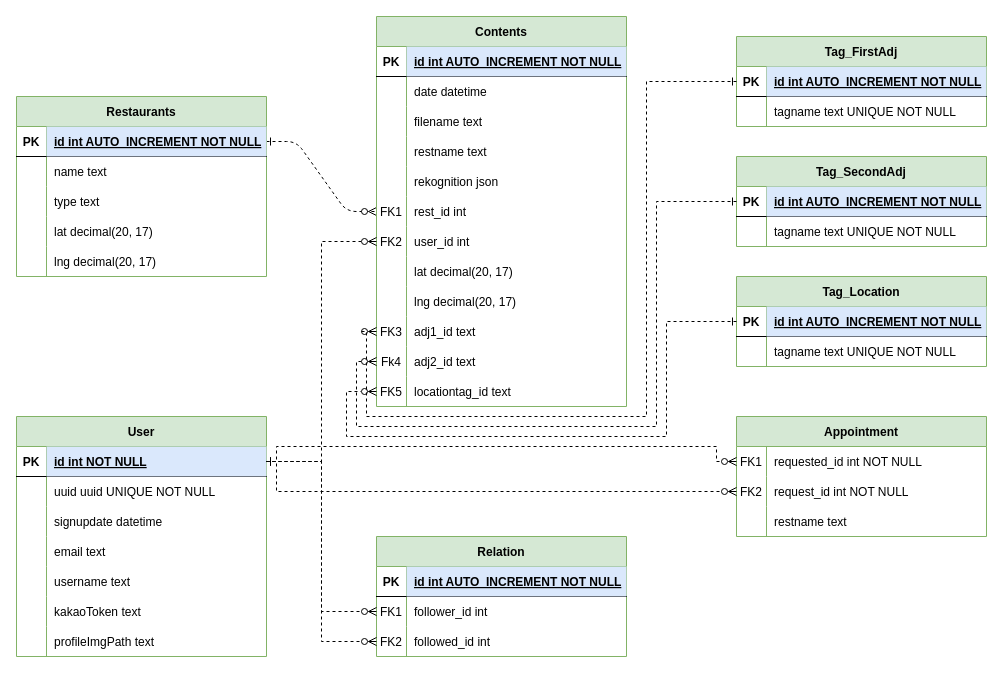
Before: Entity Relation Diagram.drawio in flavor-us/backend, a draw.io diagram. Source tidied: cells renumbered, new cells numbered last; positions are measured from the earlier drawing's top-left corner, leaving out a move shared by most shapes. Both pictures are drawn from the tidied source at 100%, with x=0, y=0 at pixel (16, 16).
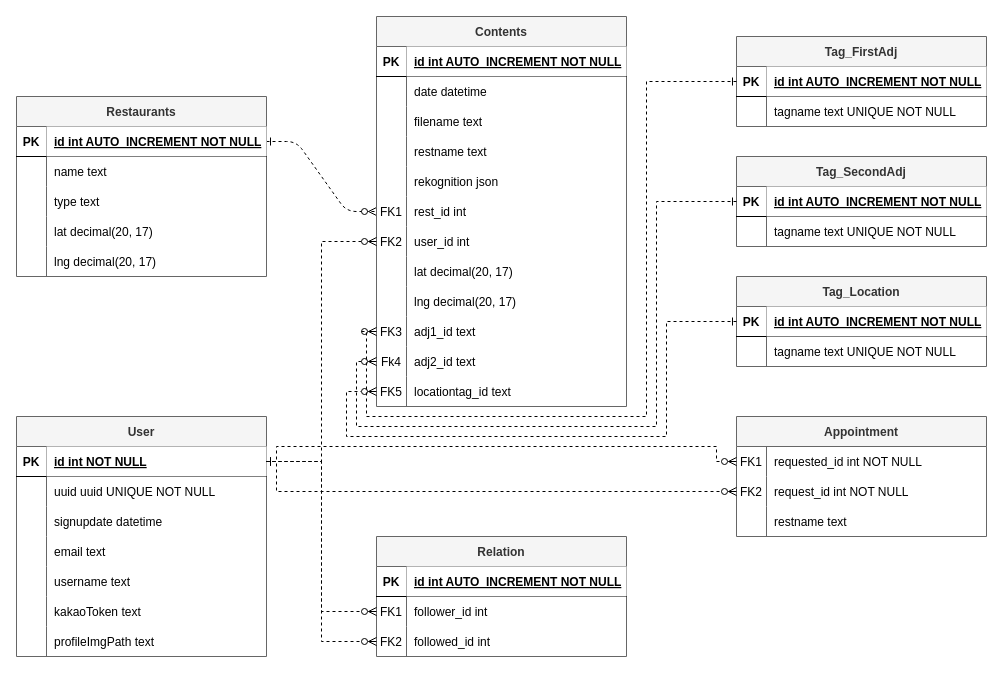
The same diagram, later.

Commit message:
Change Color Relation Diagram.drawio

The change refers to these unchanged cells:
```xml
<mxCell id="4" style="shape=partialRectangle;fillColor=none;points=[[0,0.5],[1,0.5]];portConstraint=eastwest;top=0;left=0;right=0;bottom=1;" parent="3" vertex="1">
  <mxGeometry y="30" width="250" height="30" as="geometry" />
</mxCell>
<mxCell id="20" style="shape=partialRectangle;fillColor=none;points=[[0,0.5],[1,0.5]];portConstraint=eastwest;top=0;left=0;right=0;bottom=1;" parent="19" vertex="1">
  <mxGeometry y="30" width="250" height="30" as="geometry" />
</mxCell>
<mxCell id="27" style="shape=partialRectangle;fillColor=none;top=0;left=0;right=0;bottom=1;" parent="26" vertex="1">
  <mxGeometry y="30" width="250" height="30" as="geometry" />
</mxCell>
<mxCell id="64" style="shape=partialRectangle;fillColor=none;top=0;left=0;bottom=1;right=0;points=[[0,0.5],[1,0.5]];portConstraint=eastwest;" parent="63" vertex="1">
  <mxGeometry y="30" width="250" height="30" as="geometry" />
</mxCell>
<mxCell id="86" style="shape=partialRectangle;fillColor=none;top=0;left=0;bottom=1;right=0;" parent="85" vertex="1">
  <mxGeometry y="30" width="250" height="30" as="geometry" />
</mxCell>
<mxCell id="111" style="shape=partialRectangle;fillColor=none;points=[[0,0.5],[1,0.5]];portConstraint=eastwest;top=0;left=0;right=0;bottom=1;" parent="110" vertex="1">
  <mxGeometry y="30" width="250" height="30" as="geometry" />
</mxCell>
<mxCell id="118" style="shape=partialRectangle;fillColor=none;points=[[0,0.5],[1,0.5]];portConstraint=eastwest;top=0;left=0;right=0;bottom=1;" parent="117" vertex="1">
  <mxGeometry y="30" width="250" height="30" as="geometry" />
</mxCell>
```

The edit, as a diff of the source:
```diff
@@
-    <mxCell id="3" value="Restaurants" style="shape=table;startSize=30;childLayout=tableLayout;rowLines=0;fontStyle=1;align=center;labelBackgroundColor=none;fillColor=#d5e8d4;strokeColor=#82b366;" parent="1" vertex="1">
+    <mxCell id="3" value="Restaurants" style="shape=table;startSize=30;childLayout=tableLayout;rowLines=0;fontStyle=1;align=center;labelBackgroundColor=none;fillColor=#f5f5f5;strokeColor=#666666;fontColor=#333333;" parent="1" vertex="1">
       <mxGeometry y="80" width="250" height="180" as="geometry" />
     </mxCell>
@@
-    <mxCell id="6" value="id int AUTO_INCREMENT NOT NULL" style="shape=partialRectangle;overflow=hidden;fillColor=#dae8fc;top=0;left=0;bottom=0;right=0;align=left;spacingLeft=6;fontStyle=5;labelBackgroundColor=none;strokeColor=#6c8ebf;" parent="4" vertex="1">
+    <mxCell id="6" value="id int AUTO_INCREMENT NOT NULL" style="shape=partialRectangle;overflow=hidden;top=0;left=0;bottom=0;right=0;align=left;spacingLeft=6;fontStyle=5;labelBackgroundColor=none;" parent="4" vertex="1">
       <mxGeometry x="30" width="220" height="30" as="geometry" />
     </mxCell>
@@
-    <mxCell id="19" value="Tag_FirstAdj" style="shape=table;startSize=30;childLayout=tableLayout;rowLines=0;fontStyle=1;align=center;fillColor=#d5e8d4;strokeColor=#82b366;" parent="1" vertex="1">
+    <mxCell id="19" value="Tag_FirstAdj" style="shape=table;startSize=30;childLayout=tableLayout;rowLines=0;fontStyle=1;align=center;fillColor=#f5f5f5;strokeColor=#666666;fontColor=#333333;" parent="1" vertex="1">
       <mxGeometry x="720" y="20" width="250" height="90" as="geometry" />
     </mxCell>
@@
-    <mxCell id="22" value="id int AUTO_INCREMENT NOT NULL" style="shape=partialRectangle;overflow=hidden;fillColor=#dae8fc;top=0;left=0;bottom=0;right=0;align=left;spacingLeft=6;fontStyle=5;strokeColor=#6c8ebf;" parent="20" vertex="1">
+    <mxCell id="22" value="id int AUTO_INCREMENT NOT NULL" style="shape=partialRectangle;overflow=hidden;top=0;left=0;bottom=0;right=0;align=left;spacingLeft=6;fontStyle=5;" parent="20" vertex="1">
       <mxGeometry x="30" width="220" height="30" as="geometry" />
     </mxCell>
@@
-    <mxCell id="26" value="Contents" style="shape=table;startSize=30;childLayout=tableLayout;rowLines=0;fontStyle=1;align=center;fillColor=#d5e8d4;strokeColor=#82b366;" parent="1" vertex="1">
+    <mxCell id="26" value="Contents" style="shape=table;startSize=30;childLayout=tableLayout;rowLines=0;fontStyle=1;align=center;fillColor=#f5f5f5;strokeColor=#666666;fontColor=#333333;" parent="1" vertex="1">
       <mxGeometry x="360" width="250" height="390" as="geometry" />
     </mxCell>
@@
-    <mxCell id="29" value="id int AUTO_INCREMENT NOT NULL " style="shape=partialRectangle;overflow=hidden;fillColor=#dae8fc;top=0;left=0;bottom=0;right=0;align=left;spacingLeft=6;fontStyle=5;strokeColor=#6c8ebf;" parent="27" vertex="1">
+    <mxCell id="29" value="id int AUTO_INCREMENT NOT NULL " style="shape=partialRectangle;overflow=hidden;top=0;left=0;bottom=0;right=0;align=left;spacingLeft=6;fontStyle=5;" parent="27" vertex="1">
       <mxGeometry x="30" width="220" height="30" as="geometry" />
     </mxCell>
@@
-    <mxCell id="63" value="User" style="shape=table;startSize=30;childLayout=tableLayout;rowLines=0;fontStyle=1;align=center;fillColor=#d5e8d4;strokeColor=#82b366;" parent="1" vertex="1">
+    <mxCell id="63" value="User" style="shape=table;startSize=30;childLayout=tableLayout;rowLines=0;fontStyle=1;align=center;fillColor=#f5f5f5;strokeColor=#666666;fontColor=#333333;" parent="1" vertex="1">
       <mxGeometry y="400" width="250" height="240" as="geometry" />
     </mxCell>
@@
-    <mxCell id="66" value="id int NOT NULL" style="shape=partialRectangle;fillColor=#dae8fc;top=0;left=0;bottom=0;right=0;align=left;spacingLeft=6;fontStyle=5;overflow=hidden;strokeColor=#6c8ebf;" parent="64" vertex="1">
+    <mxCell id="66" value="id int NOT NULL" style="shape=partialRectangle;top=0;left=0;bottom=0;right=0;align=left;spacingLeft=6;fontStyle=5;overflow=hidden;" parent="64" vertex="1">
       <mxGeometry x="30" width="220" height="30" as="geometry" />
     </mxCell>
@@
-    <mxCell id="85" value="Relation" style="shape=table;startSize=30;childLayout=tableLayout;rowLines=0;fontStyle=1;align=center;fillColor=#d5e8d4;strokeColor=#82b366;" parent="1" vertex="1">
+    <mxCell id="85" value="Relation" style="shape=table;startSize=30;childLayout=tableLayout;rowLines=0;fontStyle=1;align=center;fillColor=#f5f5f5;strokeColor=#666666;fontColor=#333333;" parent="1" vertex="1">
       <mxGeometry x="360" y="520" width="250" height="120" as="geometry" />
     </mxCell>
@@
-    <mxCell id="88" value="id int AUTO_INCREMENT NOT NULL" style="shape=partialRectangle;fillColor=#dae8fc;top=0;left=0;bottom=0;right=0;align=left;spacingLeft=6;fontStyle=5;overflow=hidden;strokeColor=#6c8ebf;" parent="86" vertex="1">
+    <mxCell id="88" value="id int AUTO_INCREMENT NOT NULL" style="shape=partialRectangle;top=0;left=0;bottom=0;right=0;align=left;spacingLeft=6;fontStyle=5;overflow=hidden;" parent="86" vertex="1">
       <mxGeometry x="30" width="220" height="30" as="geometry" />
     </mxCell>
@@
-    <mxCell id="98" value="Appointment" style="shape=table;startSize=30;childLayout=tableLayout;rowLines=0;fontStyle=1;align=center;fillColor=#d5e8d4;strokeColor=#82b366;" parent="1" vertex="1">
+    <mxCell id="98" value="Appointment" style="shape=table;startSize=30;childLayout=tableLayout;rowLines=0;fontStyle=1;align=center;fillColor=#f5f5f5;strokeColor=#666666;fontColor=#333333;" parent="1" vertex="1">
       <mxGeometry x="720" y="400" width="250" height="120" as="geometry" />
     </mxCell>
@@
-    <mxCell id="110" value="Tag_SecondAdj" style="shape=table;startSize=30;childLayout=tableLayout;rowLines=0;fontStyle=1;align=center;fillColor=#d5e8d4;strokeColor=#82b366;" parent="1" vertex="1">
+    <mxCell id="110" value="Tag_SecondAdj" style="shape=table;startSize=30;childLayout=tableLayout;rowLines=0;fontStyle=1;align=center;fillColor=#f5f5f5;strokeColor=#666666;fontColor=#333333;" parent="1" vertex="1">
       <mxGeometry x="720" y="140" width="250" height="90" as="geometry" />
     </mxCell>
@@
-    <mxCell id="113" value="id int AUTO_INCREMENT NOT NULL" style="shape=partialRectangle;overflow=hidden;fillColor=#dae8fc;top=0;left=0;bottom=0;right=0;align=left;spacingLeft=6;fontStyle=5;strokeColor=#6c8ebf;" parent="111" vertex="1">
+    <mxCell id="113" value="id int AUTO_INCREMENT NOT NULL" style="shape=partialRectangle;overflow=hidden;top=0;left=0;bottom=0;right=0;align=left;spacingLeft=6;fontStyle=5;" parent="111" vertex="1">
       <mxGeometry x="30" width="220" height="30" as="geometry" />
     </mxCell>
@@
-    <mxCell id="117" value="Tag_Location" style="shape=table;startSize=30;childLayout=tableLayout;rowLines=0;fontStyle=1;align=center;fillColor=#d5e8d4;strokeColor=#82b366;" parent="1" vertex="1">
+    <mxCell id="117" value="Tag_Location" style="shape=table;startSize=30;childLayout=tableLayout;rowLines=0;fontStyle=1;align=center;fillColor=#f5f5f5;strokeColor=#666666;fontColor=#333333;" parent="1" vertex="1">
       <mxGeometry x="720" y="260" width="250" height="90" as="geometry" />
     </mxCell>
@@
-    <mxCell id="120" value="id int AUTO_INCREMENT NOT NULL" style="shape=partialRectangle;overflow=hidden;fillColor=#dae8fc;top=0;left=0;bottom=0;right=0;align=left;spacingLeft=6;fontStyle=5;strokeColor=#6c8ebf;" parent="118" vertex="1">
+    <mxCell id="120" value="id int AUTO_INCREMENT NOT NULL" style="shape=partialRectangle;overflow=hidden;top=0;left=0;bottom=0;right=0;align=left;spacingLeft=6;fontStyle=5;" parent="118" vertex="1">
       <mxGeometry x="30" width="220" height="30" as="geometry" />
     </mxCell>
```
